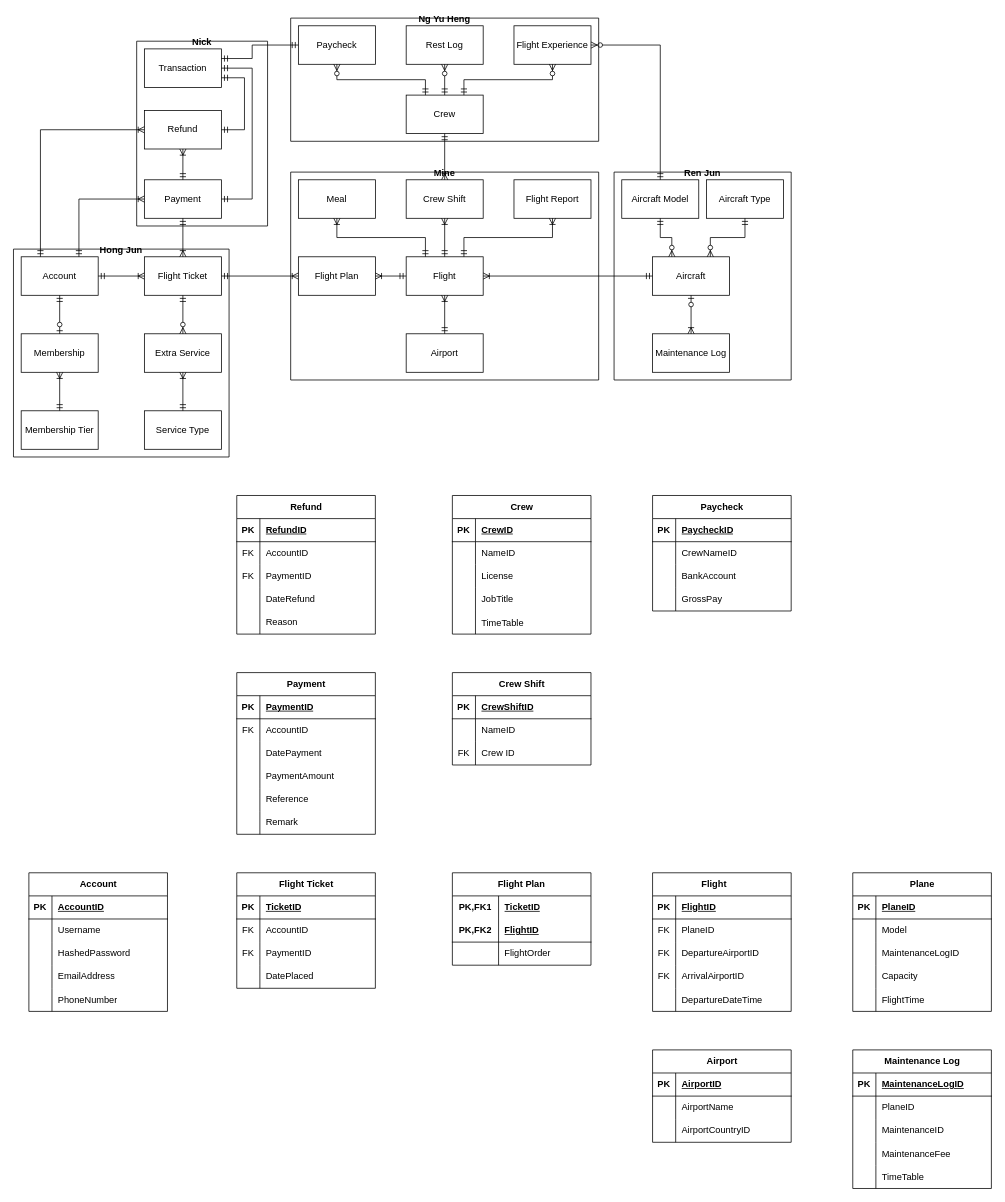
Before: erd_big.drawio in Poleric/database-design-assignment, a draw.io diagram. Source tidied: cells renumbered, new cells numbered last; positions are measured from the earlier drawing's top-left corner, leaving out a move shared by most shapes. Both pictures are drawn from the tidied source at 77%, with x=0, y=0 at pixel (13, 18).
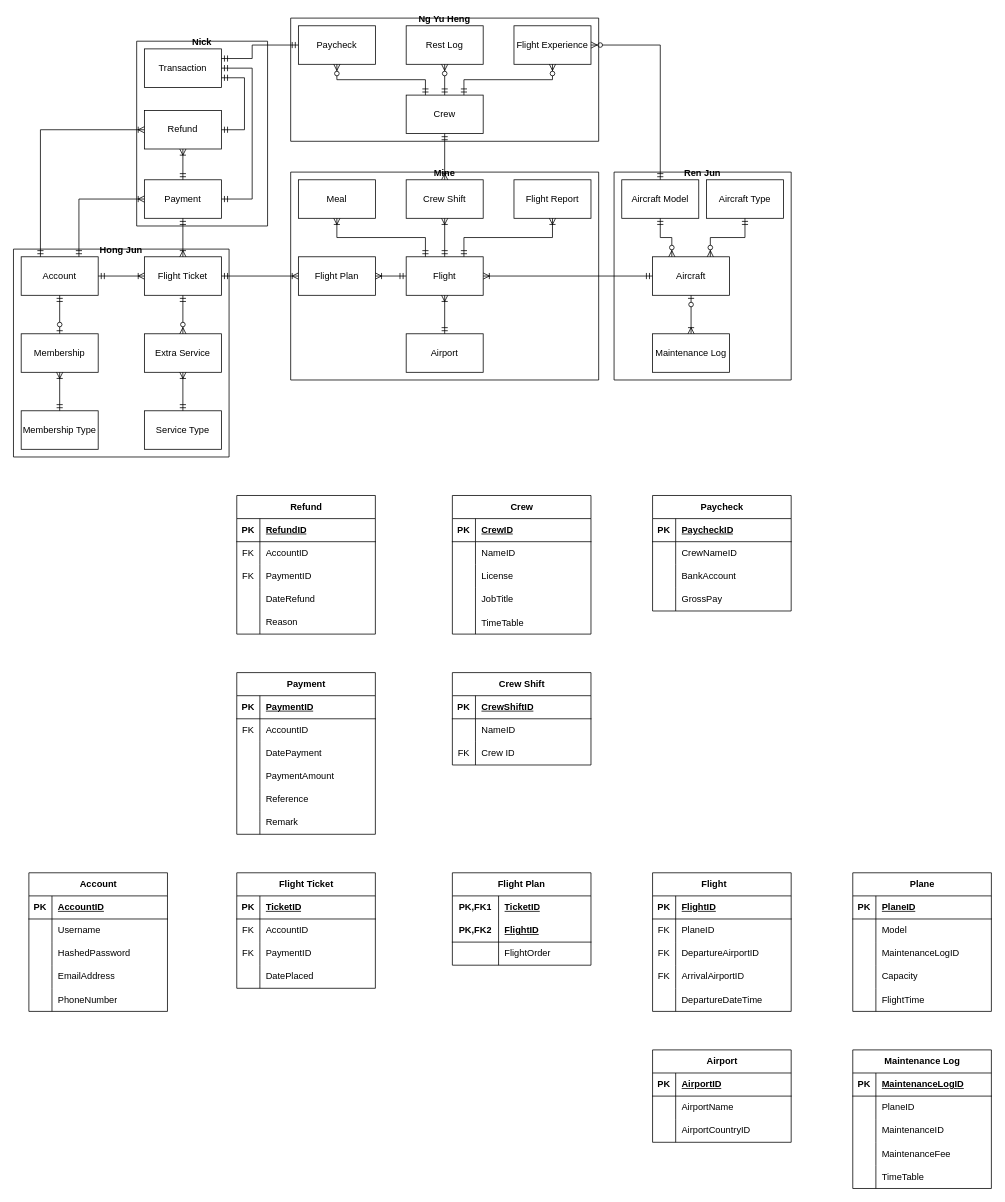
The same page after the edit.

Commit message (it also covers changes not shown here):
rename membership tier -> membership type

What changed in the source:
```diff
@@
-    <mxCell id="202" value="Membership Tier" style="html=1;dashed=0;whiteSpace=wrap;" parent="1" vertex="1">
+    <mxCell id="202" value="Membership Type" style="html=1;dashed=0;whiteSpace=wrap;" parent="1" vertex="1">
       <mxGeometry x="10" y="510" width="100" height="50" as="geometry" />
     </mxCell>
```
